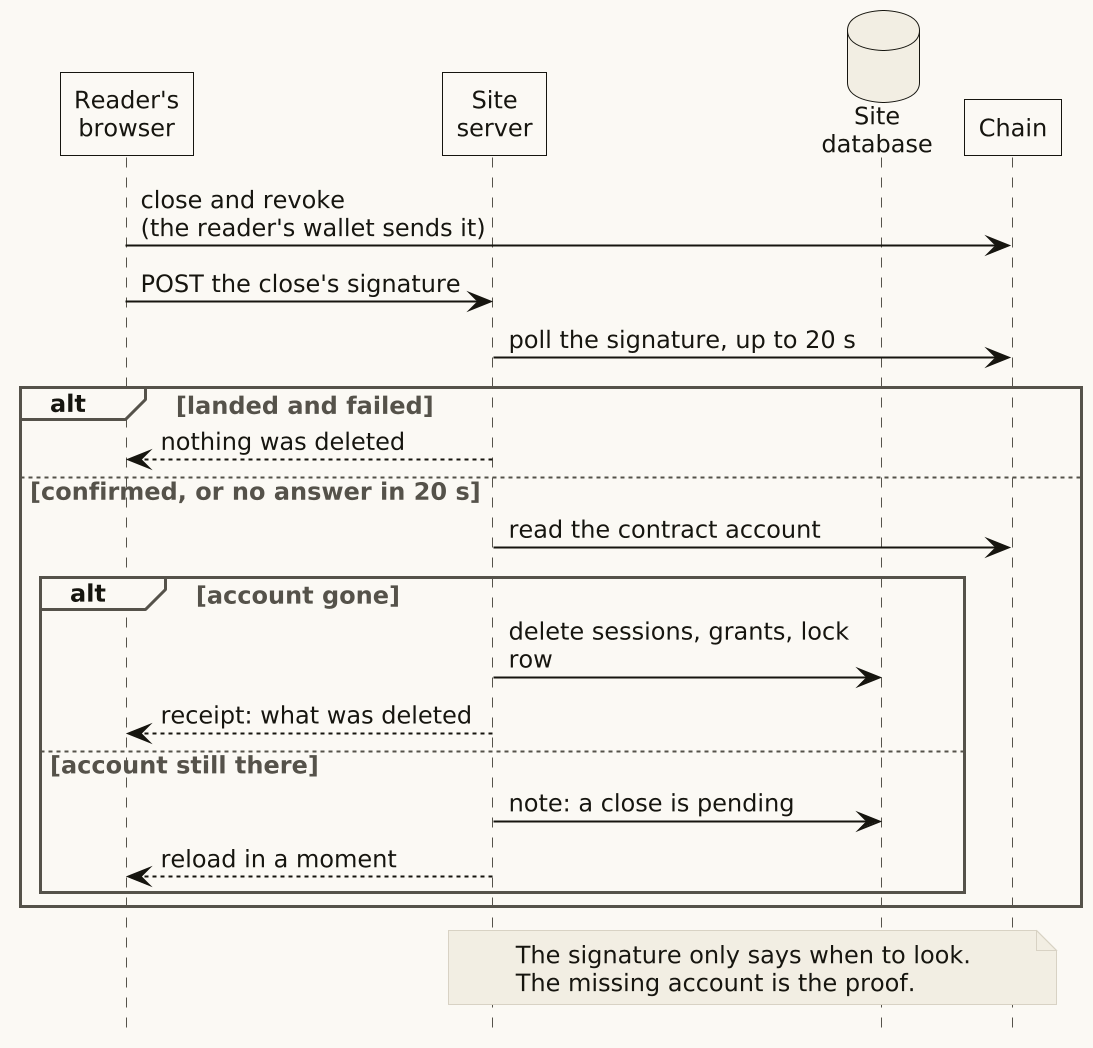
Above: public/assets/img/two-orderings-close-light.png in wbreeze/sol-pay-demonstrator (PlantUML), before the change.
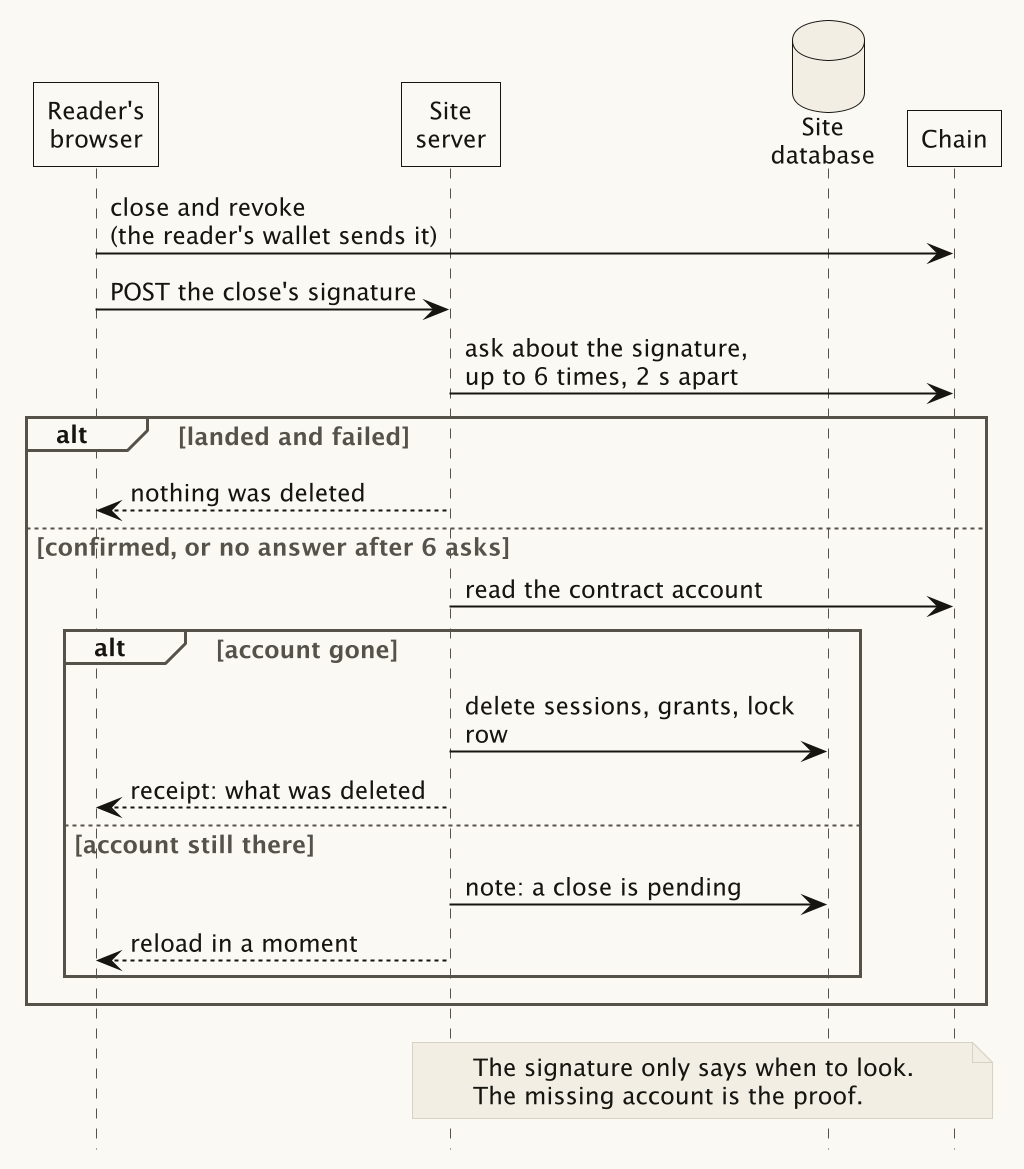
The same file after the commit.

Diff of the diagram source:
```diff
@@ -5,11 +5,11 @@
 
 B -> C : close and revoke\n(the reader's wallet sends it)
 B -> S : POST the close's signature
-S -> C : poll the signature, up to 20 s
+S -> C : ask about the signature,\nup to 6 times, 2 s apart
 
 alt landed and failed
   S --> B : nothing was deleted
-else confirmed, or no answer in 20 s
+else confirmed, or no answer after 6 asks
   S -> C : read the contract account
   alt account gone
     S -> D : delete sessions, grants, lock row
```
